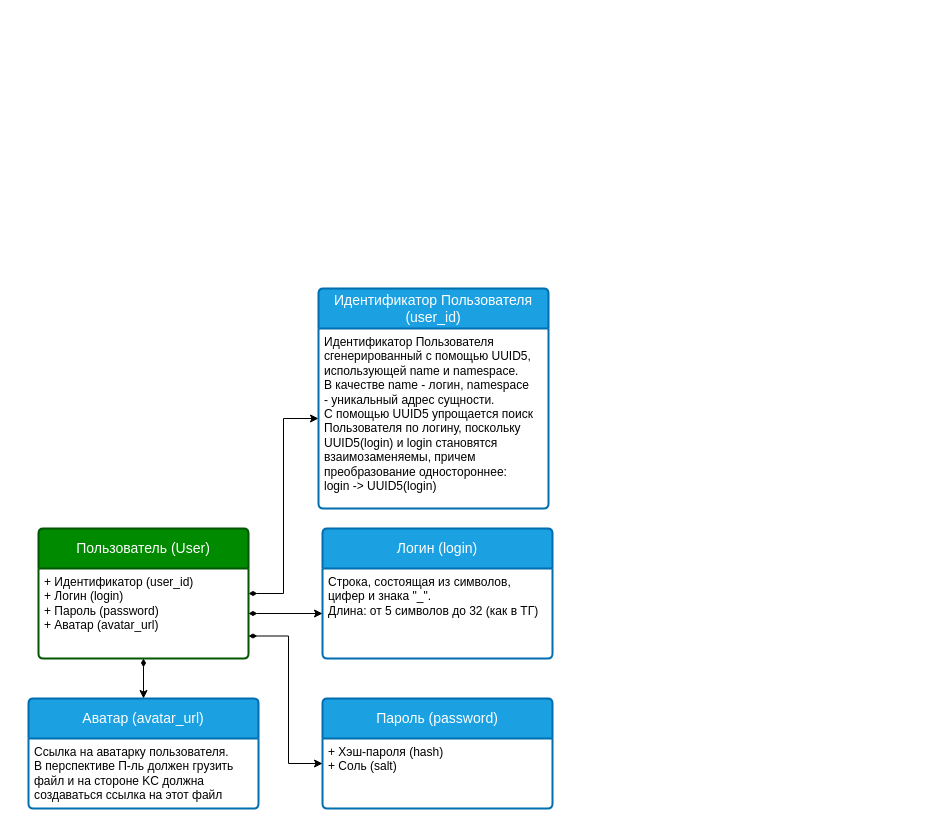
The draw.io diagram src/fullstack-fast-api/docs/entities.drawio in TimurRahimov/Kate-Connect, before the edit. Source tidied: cells renumbered, new cells numbered last; positions are measured from the earlier drawing's top-left corner, leaving out a move shared by most shapes. Both pictures are drawn from the tidied source at 100%, with x=0, y=0 at pixel (28, 288).
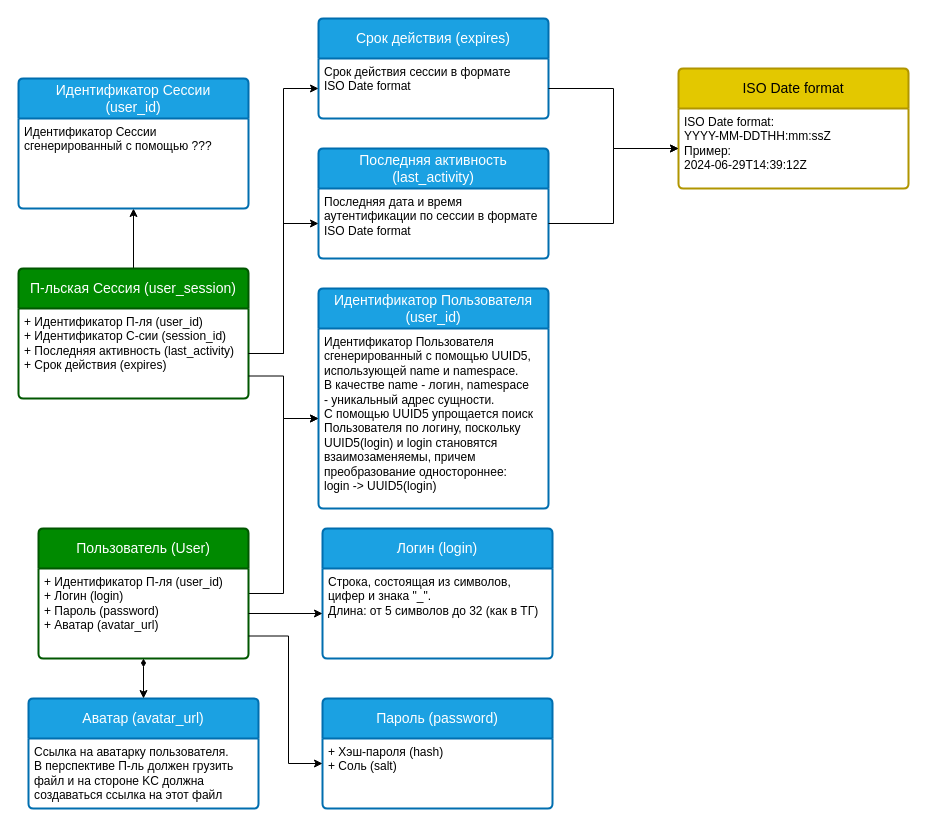
Above is the later version.

Commit message (it also covers changes not shown here):
[KC-8]: Добавлена сущность Сессии, очерчен сервис и репозитории

Unchanged cells that the change refers to:
```xml
<mxCell id="3" value="Пользователь (User)" style="swimlane;horizontal=1;startSize=40;rounded=1;fontSize=14;fontStyle=0;strokeWidth=2;shadow=0;dashed=0;align=center;arcSize=4;whiteSpace=wrap;html=1;fillColor=#008a00;fontColor=#ffffff;strokeColor=#005700;" parent="1" vertex="1">
  <mxGeometry x="10" y="240" width="210" height="130" as="geometry" />
</mxCell>
<mxCell id="6" value="+ Хэш-пароля (hash)&lt;br&gt;+ Соль (salt)" style="align=left;strokeColor=none;fillColor=none;spacingLeft=4;fontSize=12;verticalAlign=top;html=1;" parent="5" vertex="1">
  <mxGeometry y="40" width="230" height="70" as="geometry" />
</mxCell>
<mxCell id="9" value="Идентификатор Пользователя&lt;br&gt;сгенерированный с помощью UUID5,&lt;br&gt;использующей name и namespace.&lt;br&gt;В качестве name - логин, namespace&lt;br&gt;- уникальный адрес сущности.&lt;br&gt;С помощью UUID5 упрощается поиск&lt;br&gt;Пользователя по логину, поскольку&lt;br&gt;UUID5(login) и login становятся&lt;br&gt;взаимозаменяемы, причем &lt;br&gt;преобразование&amp;nbsp;одностороннее:&lt;br&gt;login -&amp;gt; UUID5(login)" style="align=left;strokeColor=none;fillColor=none;spacingLeft=4;fontSize=12;verticalAlign=top;html=1;" parent="8" vertex="1">
  <mxGeometry y="40" width="230" height="180" as="geometry" />
</mxCell>
<mxCell id="11" value="Строка, состоящая из символов,&amp;nbsp;&lt;br&gt;цифер и знака &quot;_&quot;.&lt;br&gt;Длина: от 5 символов до 32 (как в ТГ)" style="align=left;strokeColor=none;fillColor=none;spacingLeft=4;fontSize=12;verticalAlign=top;html=1;" parent="10" vertex="1">
  <mxGeometry y="40" width="230" height="90" as="geometry" />
</mxCell>
```

The edit, as a diff of the source:
```diff
@@
-    <mxCell id="2" style="edgeStyle=orthogonalEdgeStyle;rounded=0;jettySize=auto;html=1;exitX=1;exitY=0.5;exitDx=0;exitDy=0;entryX=0;entryY=0.5;entryDx=0;entryDy=0;startArrow=diamondThin;startFill=1;" parent="1" edge="1" source="3" target="9">
+    <mxCell id="2" style="edgeStyle=orthogonalEdgeStyle;rounded=0;jettySize=auto;html=1;exitX=1;exitY=0.5;exitDx=0;exitDy=0;entryX=0;entryY=0.5;entryDx=0;entryDy=0;startArrow=none;startFill=0;" parent="1" edge="1" source="3" target="9">
       <mxGeometry relative="1" as="geometry" />
     </mxCell>
@@
-    <mxCell id="4" value="+ Идентификатор (user_id)&lt;br&gt;+ Логин (login)&lt;br&gt;+ Пароль (password)&lt;br&gt;+ Аватар (avatar_url)" style="align=left;strokeColor=none;fillColor=none;spacingLeft=4;fontSize=12;verticalAlign=top;html=1;" parent="3" vertex="1">
+    <mxCell id="4" value="+ Идентификатор П-ля (user_id)&lt;br&gt;+ Логин (login)&lt;br&gt;+ Пароль (password)&lt;br&gt;+ Аватар (avatar_url)" style="align=left;strokeColor=none;fillColor=none;spacingLeft=4;fontSize=12;verticalAlign=top;html=1;" parent="3" vertex="1">
       <mxGeometry y="40" width="210" height="90" as="geometry" />
     </mxCell>
@@
-    <mxCell id="7" style="edgeStyle=orthogonalEdgeStyle;rounded=0;jettySize=auto;html=1;startArrow=diamondThin;startFill=1;strokeWidth=1;exitX=1;exitY=0.75;exitDx=0;exitDy=0;" parent="1" edge="1" source="4" target="6">
+    <mxCell id="7" style="edgeStyle=orthogonalEdgeStyle;rounded=0;jettySize=auto;html=1;startArrow=none;startFill=0;strokeWidth=1;exitX=1;exitY=0.75;exitDx=0;exitDy=0;" parent="1" edge="1" source="4" target="6">
       <mxGeometry relative="1" as="geometry">
         <Array as="points">
           <mxPoint x="260" y="347" />
           <mxPoint x="260" y="475" />
         </Array>
       </mxGeometry>
     </mxCell>
@@
-    <mxCell id="12" style="edgeStyle=orthogonalEdgeStyle;rounded=0;jettySize=auto;html=1;startArrow=diamondThin;startFill=1;" parent="1" edge="1" source="4" target="11">
+    <mxCell id="12" style="edgeStyle=orthogonalEdgeStyle;rounded=0;jettySize=auto;html=1;startArrow=none;startFill=0;" parent="1" edge="1" source="4" target="11">
       <mxGeometry relative="1" as="geometry" />
     </mxCell>
@@
+    <mxCell id="16" style="edgeStyle=orthogonalEdgeStyle;rounded=0;jettySize=auto;html=1;" parent="1" edge="1" source="17" target="31">
+      <mxGeometry relative="1" as="geometry" />
+    </mxCell>
+    <mxCell id="17" value="П-льская Сессия (user_session)" style="swimlane;horizontal=1;startSize=40;rounded=1;fontSize=14;fontStyle=0;strokeWidth=2;shadow=0;dashed=0;align=center;arcSize=4;whiteSpace=wrap;html=1;fillColor=#008a00;fontColor=#ffffff;strokeColor=#005700;" parent="1" vertex="1">
+      <mxGeometry x="-10" y="-20" width="230" height="130" as="geometry" />
+    </mxCell>
+    <mxCell id="18" value="+ Идентификатор П-ля (user_id)&lt;br&gt;+ Идентификатор С-сии (session_id)&lt;br&gt;+ Последняя активность (last_activity)&lt;br&gt;+ Срок действия (expires)" style="align=left;strokeColor=none;fillColor=none;spacingLeft=4;fontSize=12;verticalAlign=top;html=1;" parent="17" vertex="1">
+      <mxGeometry y="40" width="230" height="90" as="geometry" />
+    </mxCell>
+    <mxCell id="19" value="Последняя активность (last_activity)" style="swimlane;horizontal=1;startSize=40;rounded=1;fontSize=14;fontStyle=0;strokeWidth=2;shadow=0;dashed=0;align=center;arcSize=4;whiteSpace=wrap;html=1;fillColor=#1ba1e2;fontColor=#ffffff;strokeColor=#006EAF;" parent="1" vertex="1">
+      <mxGeometry x="290" y="-140" width="230" height="110" as="geometry" />
+    </mxCell>
+    <mxCell id="20" value="Последняя дата и время&lt;br&gt;аутентификации по сессии в формате&lt;br&gt;ISO Date format" style="align=left;strokeColor=none;fillColor=none;spacingLeft=4;fontSize=12;verticalAlign=top;html=1;" parent="19" vertex="1">
+      <mxGeometry y="40" width="230" height="70" as="geometry" />
+    </mxCell>
+    <mxCell id="21" value="ISO Date format" style="swimlane;horizontal=1;startSize=40;rounded=1;fontSize=14;fontStyle=0;strokeWidth=2;shadow=0;dashed=0;align=center;arcSize=4;whiteSpace=wrap;html=1;fillColor=#e3c800;fontColor=#000000;strokeColor=#B09500;" parent="1" vertex="1">
+      <mxGeometry x="650" y="-220" width="230" height="120" as="geometry" />
+    </mxCell>
+    <mxCell id="22" value="ISO Date format:&lt;br style=&quot;&quot;&gt;&lt;span style=&quot;&quot;&gt;YYYY-MM-DDTHH:mm:ssZ&lt;/span&gt;&lt;br style=&quot;&quot;&gt;&lt;span style=&quot;&quot;&gt;Пример:&lt;/span&gt;&lt;br style=&quot;&quot;&gt;&lt;span style=&quot;&quot;&gt;2024-06-29T14:39:12Z&lt;/span&gt;" style="align=left;strokeColor=none;fillColor=none;spacingLeft=4;fontSize=12;verticalAlign=top;html=1;" parent="21" vertex="1">
+      <mxGeometry y="40" width="230" height="80" as="geometry" />
+    </mxCell>
+    <mxCell id="23" style="edgeStyle=orthogonalEdgeStyle;rounded=0;jettySize=auto;html=1;exitX=1;exitY=0.5;exitDx=0;exitDy=0;entryX=0;entryY=0.5;entryDx=0;entryDy=0;" parent="1" edge="1" source="18" target="20">
+      <mxGeometry relative="1" as="geometry" />
+    </mxCell>
+    <mxCell id="24" style="edgeStyle=orthogonalEdgeStyle;rounded=0;jettySize=auto;html=1;" parent="1" edge="1" source="20" target="22">
+      <mxGeometry relative="1" as="geometry" />
+    </mxCell>
+    <mxCell id="25" value="Срок действия (expires)" style="swimlane;horizontal=1;startSize=40;rounded=1;fontSize=14;fontStyle=0;strokeWidth=2;shadow=0;dashed=0;align=center;arcSize=4;whiteSpace=wrap;html=1;fillColor=#1ba1e2;fontColor=#ffffff;strokeColor=#006EAF;" parent="1" vertex="1">
+      <mxGeometry x="290" y="-270" width="230" height="100" as="geometry" />
+    </mxCell>
+    <mxCell id="26" value="Срок действия сессии в формате&lt;br&gt;ISO Date format" style="align=left;strokeColor=none;fillColor=none;spacingLeft=4;fontSize=12;verticalAlign=top;html=1;" parent="25" vertex="1">
+      <mxGeometry y="40" width="230" height="60" as="geometry" />
+    </mxCell>
+    <mxCell id="27" style="edgeStyle=orthogonalEdgeStyle;rounded=0;jettySize=auto;html=1;exitX=1;exitY=0.5;exitDx=0;exitDy=0;entryX=0;entryY=0.5;entryDx=0;entryDy=0;" parent="1" edge="1" source="26" target="22">
+      <mxGeometry relative="1" as="geometry" />
+    </mxCell>
+    <mxCell id="28" style="edgeStyle=orthogonalEdgeStyle;rounded=0;jettySize=auto;html=1;exitX=1;exitY=0.5;exitDx=0;exitDy=0;entryX=0;entryY=0.5;entryDx=0;entryDy=0;" parent="1" edge="1" source="18" target="26">
+      <mxGeometry relative="1" as="geometry" />
+    </mxCell>
+    <mxCell id="29" style="edgeStyle=orthogonalEdgeStyle;rounded=0;jettySize=auto;html=1;exitX=1;exitY=0.75;exitDx=0;exitDy=0;entryX=0;entryY=0.5;entryDx=0;entryDy=0;startArrow=none;startFill=0;" parent="1" edge="1" source="18" target="9">
+      <mxGeometry relative="1" as="geometry" />
+    </mxCell>
+    <mxCell id="30" value="Идентификатор Сессии&lt;br&gt;(user_id)" style="swimlane;horizontal=1;startSize=40;rounded=1;fontSize=14;fontStyle=0;strokeWidth=2;shadow=0;dashed=0;align=center;arcSize=4;whiteSpace=wrap;html=1;fillColor=#1ba1e2;fontColor=#ffffff;strokeColor=#006EAF;" parent="1" vertex="1">
+      <mxGeometry x="-10" y="-210" width="230" height="130" as="geometry" />
+    </mxCell>
+    <mxCell id="31" value="Идентификатор Сессии &lt;br&gt;сгенерированный с помощью ???" style="align=left;strokeColor=none;fillColor=none;spacingLeft=4;fontSize=12;verticalAlign=top;html=1;" parent="30" vertex="1">
+      <mxGeometry y="40" width="230" height="90" as="geometry" />
+    </mxCell>
```
